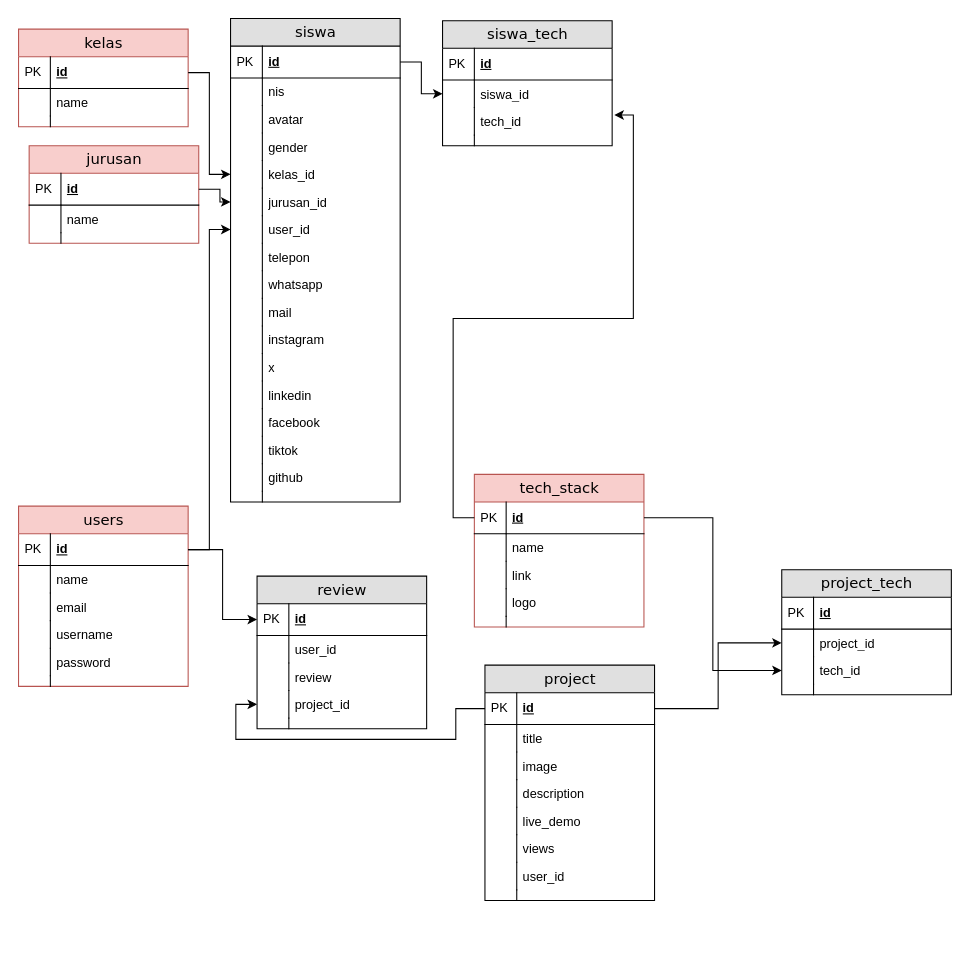
This is page "Page-2" (2 of 2) of Untitled Diagram.drawio from HamsterKaget/transforkr4b, a draw.io file, before an edit. Source tidied: cells renumbered, new cells numbered last; positions are measured from the earlier drawing's top-left corner, leaving out a move shared by most shapes. Both pictures are drawn from the tidied source at 106%, with x=0, y=0 at pixel (18, 18).
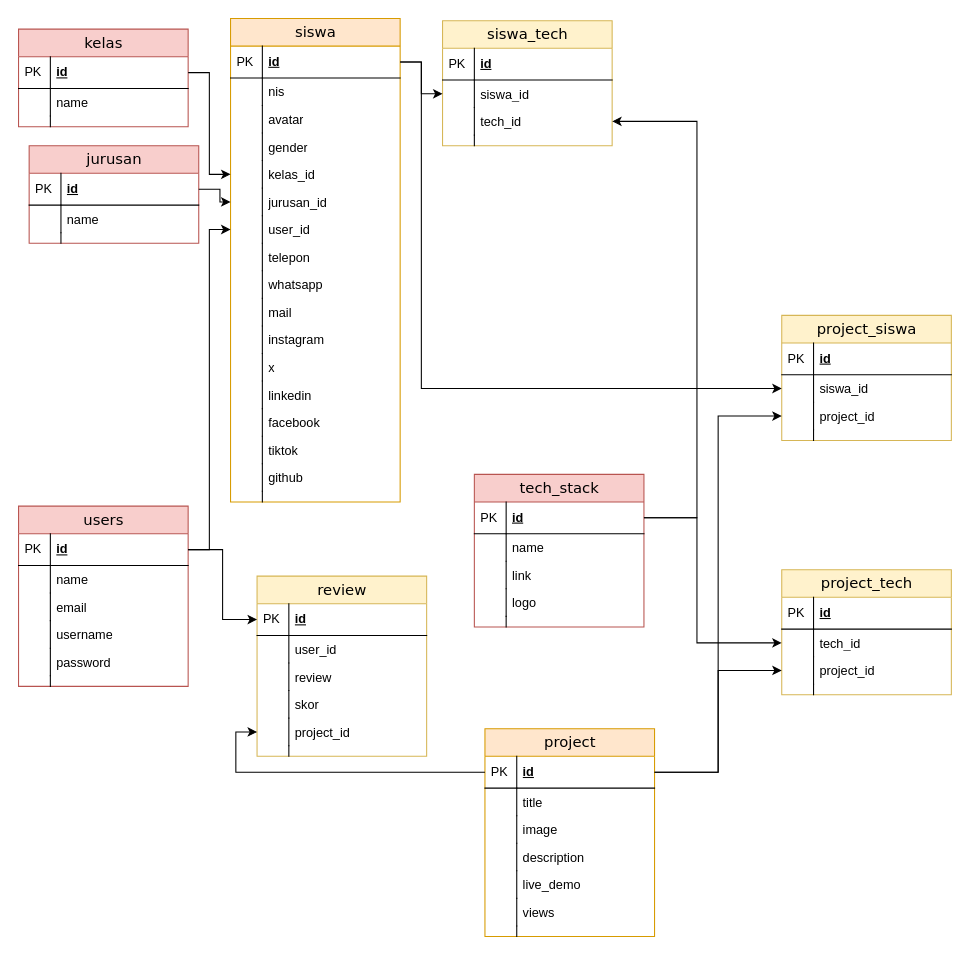
The same diagram, later.

The change refers to these unchanged cells:
```xml
<mxCell id="16" value="id" style="shape=partialRectangle;top=0;left=0;right=0;bottom=1;html=1;align=left;verticalAlign=middle;fillColor=none;spacingLeft=34;spacingRight=4;whiteSpace=wrap;overflow=hidden;points=[[0,0.5],[1,0.5]];portConstraint=eastwest;fontStyle=5;" parent="15" vertex="1">
  <mxGeometry y="26" width="160" height="30" as="geometry" />
</mxCell>
<mxCell id="51" value="id" style="shape=partialRectangle;top=0;left=0;right=0;bottom=1;html=1;align=left;verticalAlign=middle;fillColor=none;spacingLeft=34;spacingRight=4;whiteSpace=wrap;overflow=hidden;points=[[0,0.5],[1,0.5]];portConstraint=eastwest;fontStyle=5;" parent="50" vertex="1">
  <mxGeometry y="26" width="160" height="30" as="geometry" />
</mxCell>
<mxCell id="68" value="id" style="shape=partialRectangle;top=0;left=0;right=0;bottom=1;html=1;align=left;verticalAlign=middle;fillColor=none;spacingLeft=34;spacingRight=4;whiteSpace=wrap;overflow=hidden;points=[[0,0.5],[1,0.5]];portConstraint=eastwest;fontStyle=5;" parent="67" vertex="1">
  <mxGeometry y="26" width="160" height="30" as="geometry" />
</mxCell>
<mxCell id="97" value="tech_id" style="shape=partialRectangle;top=0;left=0;right=0;bottom=0;html=1;align=left;verticalAlign=top;fillColor=none;spacingLeft=34;spacingRight=4;whiteSpace=wrap;overflow=hidden;points=[[0,0.5],[1,0.5]];portConstraint=eastwest;" parent="92" vertex="1">
  <mxGeometry y="82" width="160" height="26" as="geometry" />
</mxCell>
```

The edit, as a diff of the source:
```diff
@@
-    <mxCell id="15" value="siswa" style="swimlane;html=1;fontStyle=0;horizontal=1;startSize=26;fillColor=#e0e0e0;swimlaneFillColor=#ffffff;align=center;rounded=0;shadow=0;comic=0;labelBackgroundColor=none;strokeWidth=1;fontFamily=Verdana;fontSize=14;" parent="1" vertex="1">
+    <mxCell id="15" value="siswa" style="swimlane;html=1;fontStyle=0;horizontal=1;startSize=26;fillColor=#ffe6cc;swimlaneFillColor=#ffffff;align=center;rounded=0;shadow=0;comic=0;labelBackgroundColor=none;strokeWidth=1;fontFamily=Verdana;fontSize=14;strokeColor=#d79b00;" parent="1" vertex="1">
       <mxGeometry x="200" width="160" height="456" as="geometry" />
     </mxCell>
@@
-    <mxCell id="50" value="project" style="swimlane;html=1;fontStyle=0;horizontal=1;startSize=26;fillColor=#e0e0e0;swimlaneFillColor=#ffffff;align=center;rounded=0;shadow=0;comic=0;labelBackgroundColor=none;strokeWidth=1;fontFamily=Verdana;fontSize=14;" parent="1" vertex="1">
-      <mxGeometry x="440" y="610" width="160" height="222" as="geometry" />
+    <mxCell id="50" value="project" style="swimlane;html=1;fontStyle=0;horizontal=1;startSize=26;fillColor=#ffe6cc;swimlaneFillColor=#ffffff;align=center;rounded=0;shadow=0;comic=0;labelBackgroundColor=none;strokeWidth=1;fontFamily=Verdana;fontSize=14;strokeColor=#d79b00;" parent="1" vertex="1">
+      <mxGeometry x="440" y="670" width="160" height="196" as="geometry" />
     </mxCell>
@@
-    <mxCell id="63" value="user_id" style="shape=partialRectangle;top=0;left=0;right=0;bottom=0;html=1;align=left;verticalAlign=top;fillColor=none;spacingLeft=34;spacingRight=4;whiteSpace=wrap;overflow=hidden;" parent="50" vertex="1">
-      <mxGeometry y="186" width="160" height="26" as="geometry" />
-    </mxCell>
-    <mxCell id="64" style="shape=partialRectangle;top=0;left=0;bottom=0;html=1;fillColor=none;align=left;verticalAlign=top;spacingLeft=4;spacingRight=4;whiteSpace=wrap;overflow=hidden;" parent="63" vertex="1">
-      <mxGeometry width="30" height="26" as="geometry" />
-    </mxCell>
     <mxCell id="65" style="shape=partialRectangle;top=0;left=0;right=0;bottom=0;html=1;align=left;verticalAlign=top;fillColor=none;spacingLeft=34;spacingRight=4;whiteSpace=wrap;overflow=hidden;" parent="50" vertex="1">
-      <mxGeometry y="212" width="160" height="10" as="geometry" />
+      <mxGeometry y="186" width="160" height="10" as="geometry" />
     </mxCell>
@@
-    <mxCell id="92" value="siswa_tech" style="swimlane;html=1;fontStyle=0;horizontal=1;startSize=26;fillColor=#e0e0e0;swimlaneFillColor=#ffffff;align=center;rounded=0;shadow=0;comic=0;labelBackgroundColor=none;strokeWidth=1;fontFamily=Verdana;fontSize=14;" parent="1" vertex="1">
+    <mxCell id="92" value="siswa_tech" style="swimlane;html=1;fontStyle=0;horizontal=1;startSize=26;fillColor=#fff2cc;swimlaneFillColor=#ffffff;align=center;rounded=0;shadow=0;comic=0;labelBackgroundColor=none;strokeWidth=1;fontFamily=Verdana;fontSize=14;strokeColor=#d6b656;" parent="1" vertex="1">
       <mxGeometry x="400" y="2" width="160" height="118" as="geometry" />
     </mxCell>
@@
-    <mxCell id="101" value="project_tech" style="swimlane;html=1;fontStyle=0;horizontal=1;startSize=26;fillColor=#e0e0e0;swimlaneFillColor=#ffffff;align=center;rounded=0;shadow=0;comic=0;labelBackgroundColor=none;strokeWidth=1;fontFamily=Verdana;fontSize=14;" parent="1" vertex="1">
+    <mxCell id="101" value="project_tech" style="swimlane;html=1;fontStyle=0;horizontal=1;startSize=26;fillColor=#fff2cc;swimlaneFillColor=#ffffff;align=center;rounded=0;shadow=0;comic=0;labelBackgroundColor=none;strokeWidth=1;fontFamily=Verdana;fontSize=14;strokeColor=#d6b656;" parent="1" vertex="1">
       <mxGeometry x="720" y="520" width="160" height="118" as="geometry" />
     </mxCell>
@@
-    <mxCell id="104" value="project_id" style="shape=partialRectangle;top=0;left=0;right=0;bottom=0;html=1;align=left;verticalAlign=top;fillColor=none;spacingLeft=34;spacingRight=4;whiteSpace=wrap;overflow=hidden;points=[[0,0.5],[1,0.5]];portConstraint=eastwest;" parent="101" vertex="1">
+    <mxCell id="104" value="tech_id" style="shape=partialRectangle;top=0;left=0;right=0;bottom=0;html=1;align=left;verticalAlign=top;fillColor=none;spacingLeft=34;spacingRight=4;whiteSpace=wrap;overflow=hidden;points=[[0,0.5],[1,0.5]];portConstraint=eastwest;" parent="101" vertex="1">
       <mxGeometry y="56" width="160" height="26" as="geometry" />
     </mxCell>
@@
-    <mxCell id="106" value="tech_id" style="shape=partialRectangle;top=0;left=0;right=0;bottom=0;html=1;align=left;verticalAlign=top;fillColor=none;spacingLeft=34;spacingRight=4;whiteSpace=wrap;overflow=hidden;points=[[0,0.5],[1,0.5]];portConstraint=eastwest;" parent="101" vertex="1">
+    <mxCell id="106" value="project_id" style="shape=partialRectangle;top=0;left=0;right=0;bottom=0;html=1;align=left;verticalAlign=top;fillColor=none;spacingLeft=34;spacingRight=4;whiteSpace=wrap;overflow=hidden;points=[[0,0.5],[1,0.5]];portConstraint=eastwest;" parent="101" vertex="1">
       <mxGeometry y="82" width="160" height="26" as="geometry" />
     </mxCell>
@@
-    <mxCell id="110" style="edgeStyle=orthogonalEdgeStyle;rounded=0;jettySize=auto;html=1;" parent="1" edge="1" source="51" target="104">
-      <mxGeometry relative="1" as="geometry" />
-    </mxCell>
-    <mxCell id="111" style="edgeStyle=orthogonalEdgeStyle;rounded=0;jettySize=auto;html=1;entryX=0;entryY=0.5;entryDx=0;entryDy=0;" parent="1" edge="1" source="68" target="106">
-      <mxGeometry relative="1" as="geometry" />
-    </mxCell>
-    <mxCell id="112" value="review" style="swimlane;html=1;fontStyle=0;horizontal=1;startSize=26;fillColor=#e0e0e0;swimlaneFillColor=#ffffff;align=center;rounded=0;shadow=0;comic=0;labelBackgroundColor=none;strokeWidth=1;fontFamily=Verdana;fontSize=14;" parent="1" vertex="1">
-      <mxGeometry x="225" y="526" width="160" height="144" as="geometry" />
+    <mxCell id="112" value="review" style="swimlane;html=1;fontStyle=0;horizontal=1;startSize=26;fillColor=#fff2cc;swimlaneFillColor=#ffffff;align=center;rounded=0;shadow=0;comic=0;labelBackgroundColor=none;strokeWidth=1;fontFamily=Verdana;fontSize=14;strokeColor=#d6b656;" parent="1" vertex="1">
+      <mxGeometry x="225" y="526" width="160" height="170" as="geometry" />
     </mxCell>
@@
+    <mxCell id="130" value="skor" style="shape=partialRectangle;top=0;left=0;right=0;bottom=0;html=1;align=left;verticalAlign=top;fillColor=none;spacingLeft=34;spacingRight=4;whiteSpace=wrap;overflow=hidden;" parent="112" vertex="1">
+      <mxGeometry y="108" width="160" height="26" as="geometry" />
+    </mxCell>
+    <mxCell id="131" style="shape=partialRectangle;top=0;left=0;bottom=0;html=1;fillColor=none;align=left;verticalAlign=top;spacingLeft=4;spacingRight=4;whiteSpace=wrap;overflow=hidden;" parent="130" vertex="1">
+      <mxGeometry width="30" height="26" as="geometry" />
+    </mxCell>
     <mxCell id="119" value="project_id" style="shape=partialRectangle;top=0;left=0;right=0;bottom=0;html=1;align=left;verticalAlign=top;fillColor=none;spacingLeft=34;spacingRight=4;whiteSpace=wrap;overflow=hidden;points=[[0,0.5],[1,0.5]];portConstraint=eastwest;" parent="112" vertex="1">
-      <mxGeometry y="108" width="160" height="26" as="geometry" />
+      <mxGeometry y="134" width="160" height="26" as="geometry" />
     </mxCell>
@@
     <mxCell id="121" style="shape=partialRectangle;top=0;left=0;right=0;bottom=0;html=1;align=left;verticalAlign=top;fillColor=none;spacingLeft=34;spacingRight=4;whiteSpace=wrap;overflow=hidden;" parent="112" vertex="1">
-      <mxGeometry y="134" width="160" height="10" as="geometry" />
+      <mxGeometry y="160" width="160" height="10" as="geometry" />
     </mxCell>
@@
+    <mxCell id="132" value="project_siswa" style="swimlane;html=1;fontStyle=0;horizontal=1;startSize=26;fillColor=#fff2cc;swimlaneFillColor=#ffffff;align=center;rounded=0;shadow=0;comic=0;labelBackgroundColor=none;strokeWidth=1;fontFamily=Verdana;fontSize=14;strokeColor=#d6b656;" parent="1" vertex="1">
+      <mxGeometry x="720" y="280" width="160" height="118" as="geometry" />
+    </mxCell>
+    <mxCell id="133" value="id" style="shape=partialRectangle;top=0;left=0;right=0;bottom=1;html=1;align=left;verticalAlign=middle;fillColor=none;spacingLeft=34;spacingRight=4;whiteSpace=wrap;overflow=hidden;fontStyle=5;" parent="132" vertex="1">
+      <mxGeometry y="26" width="160" height="30" as="geometry" />
+    </mxCell>
+    <mxCell id="134" value="PK" style="shape=partialRectangle;top=0;left=0;bottom=0;html=1;fillColor=none;align=left;verticalAlign=middle;spacingLeft=4;spacingRight=4;whiteSpace=wrap;overflow=hidden;" parent="133" vertex="1">
+      <mxGeometry width="30" height="30" as="geometry" />
+    </mxCell>
+    <mxCell id="135" value="siswa_id" style="shape=partialRectangle;top=0;left=0;right=0;bottom=0;html=1;align=left;verticalAlign=top;fillColor=none;spacingLeft=34;spacingRight=4;whiteSpace=wrap;overflow=hidden;points=[[0,0.5],[1,0.5]];portConstraint=eastwest;" parent="132" vertex="1">
+      <mxGeometry y="56" width="160" height="26" as="geometry" />
+    </mxCell>
+    <mxCell id="136" style="shape=partialRectangle;top=0;left=0;bottom=0;html=1;fillColor=none;align=left;verticalAlign=top;spacingLeft=4;spacingRight=4;whiteSpace=wrap;overflow=hidden;" parent="135" vertex="1">
+      <mxGeometry width="30" height="26" as="geometry" />
+    </mxCell>
+    <mxCell id="137" value="project_id" style="shape=partialRectangle;top=0;left=0;right=0;bottom=0;html=1;align=left;verticalAlign=top;fillColor=none;spacingLeft=34;spacingRight=4;whiteSpace=wrap;overflow=hidden;points=[[0,0.5],[1,0.5]];portConstraint=eastwest;" parent="132" vertex="1">
+      <mxGeometry y="82" width="160" height="26" as="geometry" />
+    </mxCell>
+    <mxCell id="138" style="shape=partialRectangle;top=0;left=0;bottom=0;html=1;fillColor=none;align=left;verticalAlign=top;spacingLeft=4;spacingRight=4;whiteSpace=wrap;overflow=hidden;" parent="137" vertex="1">
+      <mxGeometry width="30" height="26" as="geometry" />
+    </mxCell>
+    <mxCell id="139" style="shape=partialRectangle;top=0;left=0;right=0;bottom=0;html=1;align=left;verticalAlign=top;fillColor=none;spacingLeft=34;spacingRight=4;whiteSpace=wrap;overflow=hidden;" parent="132" vertex="1">
+      <mxGeometry y="108" width="160" height="10" as="geometry" />
+    </mxCell>
+    <mxCell id="140" style="shape=partialRectangle;top=0;left=0;bottom=0;html=1;fillColor=none;align=left;verticalAlign=top;spacingLeft=4;spacingRight=4;whiteSpace=wrap;overflow=hidden;" parent="139" vertex="1">
+      <mxGeometry width="30" height="10" as="geometry" />
+    </mxCell>
+    <mxCell id="141" style="edgeStyle=orthogonalEdgeStyle;rounded=0;jettySize=auto;html=1;entryX=0;entryY=0.5;entryDx=0;entryDy=0;" parent="1" edge="1" source="16" target="135">
+      <mxGeometry relative="1" as="geometry">
+        <Array as="points">
+          <mxPoint x="380" y="41" />
+          <mxPoint x="380" y="349" />
+        </Array>
+      </mxGeometry>
+    </mxCell>
+    <mxCell id="142" style="edgeStyle=orthogonalEdgeStyle;rounded=0;jettySize=auto;html=1;exitX=1;exitY=0.5;exitDx=0;exitDy=0;entryX=0;entryY=0.5;entryDx=0;entryDy=0;" parent="1" edge="1" source="51" target="137">
+      <mxGeometry relative="1" as="geometry" />
+    </mxCell>
+    <mxCell id="143" style="edgeStyle=orthogonalEdgeStyle;rounded=0;jettySize=auto;html=1;entryX=0;entryY=0.5;entryDx=0;entryDy=0;" parent="1" edge="1" source="51" target="106">
+      <mxGeometry relative="1" as="geometry" />
+    </mxCell>
+    <mxCell id="144" style="edgeStyle=orthogonalEdgeStyle;rounded=0;jettySize=auto;html=1;entryX=0;entryY=0.5;entryDx=0;entryDy=0;" parent="1" edge="1" source="68" target="104">
+      <mxGeometry relative="1" as="geometry">
+        <Array as="points">
+          <mxPoint x="640" y="471" />
+          <mxPoint x="640" y="589" />
+        </Array>
+      </mxGeometry>
+    </mxCell>
-    <mxCell id="129" style="edgeStyle=orthogonalEdgeStyle;rounded=0;jettySize=auto;html=1;entryX=1.013;entryY=0.269;entryDx=0;entryDy=0;entryPerimeter=0;" parent="1" edge="1" source="68" target="97">
-      <mxGeometry relative="1" as="geometry" />
+    <mxCell id="129" style="edgeStyle=orthogonalEdgeStyle;rounded=0;jettySize=auto;html=1;entryX=1;entryY=0.5;entryDx=0;entryDy=0;" parent="1" edge="1" source="68" target="97">
+      <mxGeometry relative="1" as="geometry">
+        <Array as="points">
+          <mxPoint x="640" y="471" />
+          <mxPoint x="640" y="97" />
+        </Array>
+      </mxGeometry>
     </mxCell>
```
